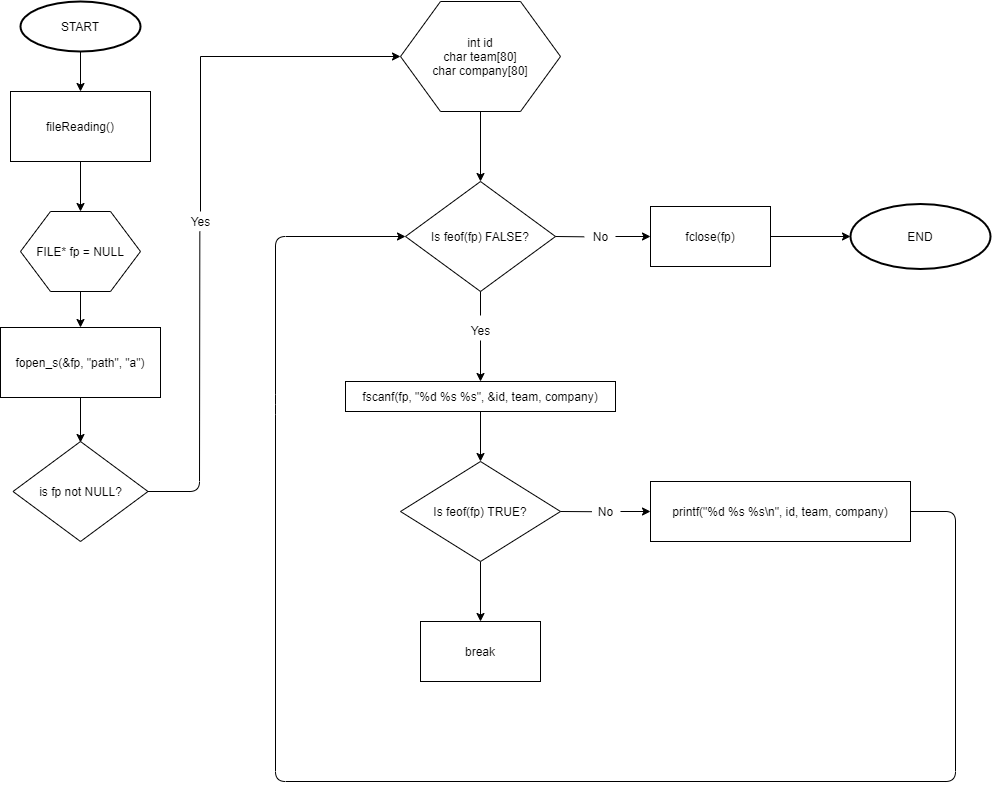
This is TeamProject_20200518/image/fileReading_Function.png from ksa-banana/C_Programming, a draw.io export, as it was before one commit. Source tidied: cells renumbered, new cells last; positions are measured from the earlier drawing's top-left corner, leaving out a move shared by most shapes. The source it was exported from:
```xml
<mxGraphModel>
  <root>
    <mxCell id="0" />
    <mxCell id="1" parent="0" />
    <mxCell id="2" style="edgeStyle=orthogonalEdgeStyle;rounded=0;jettySize=auto;html=1;entryX=0.5;entryY=0;entryDx=0;entryDy=0;" parent="1" edge="1" source="3">
      <mxGeometry relative="1" as="geometry">
        <mxPoint x="80" y="90" as="targetPoint" />
      </mxGeometry>
    </mxCell>
    <mxCell id="3" value="START" style="strokeWidth=2;html=1;shape=mxgraph.flowchart.start_1;whiteSpace=wrap;" parent="1" vertex="1">
      <mxGeometry x="20" width="120" height="50" as="geometry" />
    </mxCell>
    <mxCell id="4" style="edgeStyle=orthogonalEdgeStyle;rounded=0;jettySize=auto;html=1;" parent="1" edge="1" source="5">
      <mxGeometry relative="1" as="geometry">
        <mxPoint x="80" y="210" as="targetPoint" />
      </mxGeometry>
    </mxCell>
    <mxCell id="5" value="fileReading()" style="rounded=0;whiteSpace=wrap;html=1;" parent="1" vertex="1">
      <mxGeometry x="10" y="90" width="140" height="70" as="geometry" />
    </mxCell>
    <mxCell id="6" style="edgeStyle=orthogonalEdgeStyle;rounded=0;jettySize=auto;html=1;" parent="1" edge="1" target="8">
      <mxGeometry relative="1" as="geometry">
        <mxPoint x="80" y="280" as="sourcePoint" />
      </mxGeometry>
    </mxCell>
    <mxCell id="7" style="edgeStyle=orthogonalEdgeStyle;rounded=0;jettySize=auto;html=1;" parent="1" edge="1" source="8">
      <mxGeometry relative="1" as="geometry">
        <mxPoint x="80" y="441" as="targetPoint" />
      </mxGeometry>
    </mxCell>
    <mxCell id="8" value="fopen_s(&amp;amp;fp, &quot;path&quot;, &quot;a&quot;)" style="rounded=0;whiteSpace=wrap;html=1;" parent="1" vertex="1">
      <mxGeometry y="326" width="160" height="70" as="geometry" />
    </mxCell>
    <mxCell id="9" style="endArrow=none;html=1;entryX=0.5;entryY=1;entryDx=0;entryDy=0;exitX=0.484;exitY=-0.129;exitDx=0;exitDy=0;exitPerimeter=0;" parent="1" edge="1">
      <mxGeometry relative="1" as="geometry">
        <mxPoint x="79.5" y="537.4" as="sourcePoint" />
        <mxPoint x="80" y="511" as="targetPoint" />
      </mxGeometry>
    </mxCell>
    <mxCell id="10" value="&lt;span&gt;is fp not NULL?&lt;/span&gt;" style="rhombus;whiteSpace=wrap;html=1;" parent="1" vertex="1">
      <mxGeometry x="12.5" y="440" width="135" height="100" as="geometry" />
    </mxCell>
    <mxCell id="11" value="&lt;span&gt;FILE* fp = NULL&lt;/span&gt;" style="shape=hexagon;perimeter=hexagonPerimeter2;whiteSpace=wrap;html=1;" parent="1" vertex="1">
      <mxGeometry x="20" y="210" width="120" height="80" as="geometry" />
    </mxCell>
    <mxCell id="12" style="edgeStyle=orthogonalEdgeStyle;rounded=0;jettySize=auto;html=1;entryX=0.5;entryY=0;entryDx=0;entryDy=0;" parent="1" edge="1" source="13" target="16">
      <mxGeometry relative="1" as="geometry" />
    </mxCell>
    <mxCell id="13" value="int id&lt;br&gt;char team[80]&lt;br&gt;char company[80]" style="shape=hexagon;perimeter=hexagonPerimeter2;whiteSpace=wrap;html=1;" parent="1" vertex="1">
      <mxGeometry x="400" width="160" height="110" as="geometry" />
    </mxCell>
    <mxCell id="14" style="edgeStyle=orthogonalEdgeStyle;rounded=0;jettySize=auto;html=1;entryX=0;entryY=0.5;entryDx=0;entryDy=0;" parent="1" edge="1" source="15" target="13">
      <mxGeometry relative="1" as="geometry">
        <Array as="points">
          <mxPoint x="200" y="55" />
        </Array>
      </mxGeometry>
    </mxCell>
    <mxCell id="15" value="Yes" style="text;html=1;align=center;verticalAlign=middle;points=[];" parent="1" vertex="1">
      <mxGeometry x="185" y="210" width="30" height="20" as="geometry" />
    </mxCell>
    <mxCell id="16" value="Is feof(fp) FALSE?" style="rhombus;whiteSpace=wrap;html=1;" parent="1" vertex="1">
      <mxGeometry x="405" y="180" width="150" height="110" as="geometry" />
    </mxCell>
    <mxCell id="17" style="edgeStyle=orthogonalEdgeStyle;rounded=0;jettySize=auto;html=1;entryX=0.5;entryY=0;entryDx=0;entryDy=0;" parent="1" edge="1" source="18" target="20">
      <mxGeometry relative="1" as="geometry" />
    </mxCell>
    <mxCell id="18" value="Yes" style="text;html=1;align=center;verticalAlign=middle;points=[];" parent="1" vertex="1">
      <mxGeometry x="465" y="319" width="30" height="20" as="geometry" />
    </mxCell>
    <mxCell id="19" style="edgeStyle=orthogonalEdgeStyle;rounded=0;jettySize=auto;html=1;" parent="1" edge="1" source="20" target="23">
      <mxGeometry relative="1" as="geometry" />
    </mxCell>
    <mxCell id="20" value="fscanf(fp, &quot;%d %s %s&quot;, &amp;amp;id, team, company)" style="rounded=0;whiteSpace=wrap;html=1;" parent="1" vertex="1">
      <mxGeometry x="345" y="380" width="270" height="30" as="geometry" />
    </mxCell>
    <mxCell id="21" style="endArrow=none;html=1;entryX=0.5;entryY=1;entryDx=0;entryDy=0;" parent="1" edge="1" target="16">
      <mxGeometry relative="1" as="geometry">
        <mxPoint x="480" y="314" as="sourcePoint" />
      </mxGeometry>
    </mxCell>
    <mxCell id="22" style="edgeStyle=orthogonalEdgeStyle;rounded=0;jettySize=auto;html=1;" parent="1" edge="1" source="23" target="24">
      <mxGeometry relative="1" as="geometry" />
    </mxCell>
    <mxCell id="23" value="Is feof(fp) TRUE?" style="rhombus;whiteSpace=wrap;html=1;" parent="1" vertex="1">
      <mxGeometry x="400" y="460" width="160" height="100" as="geometry" />
    </mxCell>
    <mxCell id="24" value="break" style="rounded=0;whiteSpace=wrap;html=1;" parent="1" vertex="1">
      <mxGeometry x="420" y="620" width="120" height="60" as="geometry" />
    </mxCell>
    <mxCell id="25" value="printf(&quot;%d %s %s\n&quot;, id, team, company)" style="rounded=0;whiteSpace=wrap;html=1;" parent="1" vertex="1">
      <mxGeometry x="650" y="480" width="260" height="60" as="geometry" />
    </mxCell>
    <mxCell id="26" style="edgeStyle=orthogonalEdgeStyle;rounded=0;jettySize=auto;html=1;" parent="1" edge="1" source="27" target="25">
      <mxGeometry relative="1" as="geometry" />
    </mxCell>
    <mxCell id="27" value="No" style="text;html=1;align=center;verticalAlign=middle;points=[];" parent="1" vertex="1">
      <mxGeometry x="590" y="500" width="30" height="20" as="geometry" />
    </mxCell>
    <mxCell id="28" style="endArrow=none;html=1;exitX=1;exitY=0.5;exitDx=0;exitDy=0;entryX=0.046;entryY=0.51;entryDx=0;entryDy=0;entryPerimeter=0;" parent="1" edge="1" source="23" target="27">
      <mxGeometry relative="1" as="geometry" />
    </mxCell>
    <mxCell id="29" style="edgeStyle=orthogonalEdgeStyle;rounded=0;jettySize=auto;html=1;" parent="1" edge="1" source="30" target="34">
      <mxGeometry relative="1" as="geometry" />
    </mxCell>
    <mxCell id="30" value="fclose(fp)" style="rounded=0;whiteSpace=wrap;html=1;" parent="1" vertex="1">
      <mxGeometry x="650" y="205" width="120" height="60" as="geometry" />
    </mxCell>
    <mxCell id="31" style="edgeStyle=orthogonalEdgeStyle;rounded=0;jettySize=auto;html=1;" parent="1" edge="1" source="32" target="30">
      <mxGeometry relative="1" as="geometry" />
    </mxCell>
    <mxCell id="32" value="No" style="text;html=1;align=center;verticalAlign=middle;points=[];" parent="1" vertex="1">
      <mxGeometry x="585" y="225" width="30" height="20" as="geometry" />
    </mxCell>
    <mxCell id="33" style="endArrow=none;html=1;exitX=1;exitY=0.5;exitDx=0;exitDy=0;entryX=-0.043;entryY=0.516;entryDx=0;entryDy=0;entryPerimeter=0;" parent="1" edge="1" source="16" target="32">
      <mxGeometry relative="1" as="geometry" />
    </mxCell>
    <mxCell id="34" value="END" style="strokeWidth=2;html=1;shape=mxgraph.flowchart.start_1;whiteSpace=wrap;" parent="1" vertex="1">
      <mxGeometry x="850" y="202.5" width="140" height="65" as="geometry" />
    </mxCell>
    <mxCell id="35" style="endArrow=none;html=1;exitX=1;exitY=0.5;exitDx=0;exitDy=0;entryX=0.478;entryY=1;entryDx=0;entryDy=0;entryPerimeter=0;" parent="1" edge="1" source="10" target="15">
      <mxGeometry relative="1" as="geometry">
        <Array as="points">
          <mxPoint x="199" y="490" />
        </Array>
      </mxGeometry>
    </mxCell>
    <mxCell id="36" style="endArrow=classic;html=1;exitX=1;exitY=0.5;exitDx=0;exitDy=0;entryX=0;entryY=0.5;entryDx=0;entryDy=0;" parent="1" edge="1" source="25" target="16">
      <mxGeometry relative="1" as="geometry">
        <Array as="points">
          <mxPoint x="955" y="510" />
          <mxPoint x="955" y="780" />
          <mxPoint x="275" y="780" />
          <mxPoint x="275" y="403" />
          <mxPoint x="275" y="235" />
        </Array>
      </mxGeometry>
    </mxCell>
  </root>
</mxGraphModel>
```
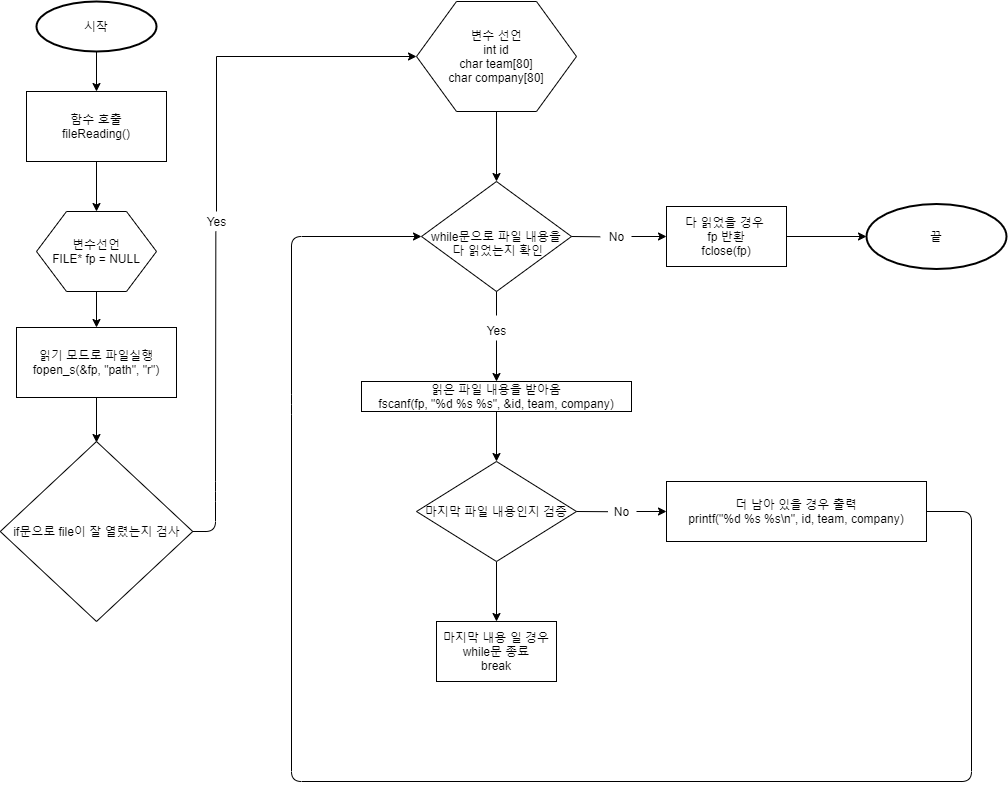
After the change.

Commit message:
Update Flow Chart fileReading, Writing 한글버전

The edit, as a diff of the source:
```diff
@@ -7,7 +7,7 @@
         <mxPoint x="80" y="90" as="targetPoint" />
       </mxGeometry>
     </mxCell>
-    <mxCell id="3" value="START" style="strokeWidth=2;html=1;shape=mxgraph.flowchart.start_1;whiteSpace=wrap;" parent="1" vertex="1">
+    <mxCell id="3" value="시작" style="strokeWidth=2;html=1;shape=mxgraph.flowchart.start_1;whiteSpace=wrap;" parent="1" vertex="1">
       <mxGeometry x="20" width="120" height="50" as="geometry" />
     </mxCell>
     <mxCell id="4" style="edgeStyle=orthogonalEdgeStyle;rounded=0;jettySize=auto;html=1;" parent="1" edge="1" source="5">
@@ -15,7 +15,7 @@
         <mxPoint x="80" y="210" as="targetPoint" />
       </mxGeometry>
     </mxCell>
-    <mxCell id="5" value="fileReading()" style="rounded=0;whiteSpace=wrap;html=1;" parent="1" vertex="1">
+    <mxCell id="5" value="함수 호출&lt;br&gt;fileReading()" style="rounded=0;whiteSpace=wrap;html=1;" parent="1" vertex="1">
       <mxGeometry x="10" y="90" width="140" height="70" as="geometry" />
     </mxCell>
     <mxCell id="6" style="edgeStyle=orthogonalEdgeStyle;rounded=0;jettySize=auto;html=1;" parent="1" edge="1" target="8">
@@ -28,7 +28,7 @@
         <mxPoint x="80" y="441" as="targetPoint" />
       </mxGeometry>
     </mxCell>
-    <mxCell id="8" value="fopen_s(&amp;amp;fp, &quot;path&quot;, &quot;a&quot;)" style="rounded=0;whiteSpace=wrap;html=1;" parent="1" vertex="1">
+    <mxCell id="8" value="읽기 모드로 파일실행&lt;br&gt;fopen_s(&amp;amp;fp, &quot;path&quot;, &quot;r&quot;)" style="rounded=0;whiteSpace=wrap;html=1;" parent="1" vertex="1">
       <mxGeometry y="326" width="160" height="70" as="geometry" />
     </mxCell>
     <mxCell id="9" style="endArrow=none;html=1;entryX=0.5;entryY=1;entryDx=0;entryDy=0;exitX=0.484;exitY=-0.129;exitDx=0;exitDy=0;exitPerimeter=0;" parent="1" edge="1">
@@ -37,16 +37,16 @@
         <mxPoint x="80" y="511" as="targetPoint" />
       </mxGeometry>
     </mxCell>
-    <mxCell id="10" value="&lt;span&gt;is fp not NULL?&lt;/span&gt;" style="rhombus;whiteSpace=wrap;html=1;" parent="1" vertex="1">
-      <mxGeometry x="12.5" y="440" width="135" height="100" as="geometry" />
+    <mxCell id="10" value="if문으로 file이 잘 열렸는지 검사" style="rhombus;whiteSpace=wrap;html=1;" parent="1" vertex="1">
+      <mxGeometry x="-16.2" y="440" width="192.5" height="180" as="geometry" />
     </mxCell>
-    <mxCell id="11" value="&lt;span&gt;FILE* fp = NULL&lt;/span&gt;" style="shape=hexagon;perimeter=hexagonPerimeter2;whiteSpace=wrap;html=1;" parent="1" vertex="1">
+    <mxCell id="11" value="&lt;span&gt;변수선언&lt;br&gt;FILE* fp = NULL&lt;/span&gt;" style="shape=hexagon;perimeter=hexagonPerimeter2;whiteSpace=wrap;html=1;" parent="1" vertex="1">
       <mxGeometry x="20" y="210" width="120" height="80" as="geometry" />
     </mxCell>
     <mxCell id="12" style="edgeStyle=orthogonalEdgeStyle;rounded=0;jettySize=auto;html=1;entryX=0.5;entryY=0;entryDx=0;entryDy=0;" parent="1" edge="1" source="13" target="16">
       <mxGeometry relative="1" as="geometry" />
     </mxCell>
-    <mxCell id="13" value="int id&lt;br&gt;char team[80]&lt;br&gt;char company[80]" style="shape=hexagon;perimeter=hexagonPerimeter2;whiteSpace=wrap;html=1;" parent="1" vertex="1">
+    <mxCell id="13" value="변수 선언&lt;br&gt;int id&lt;br&gt;char team[80]&lt;br&gt;char company[80]" style="shape=hexagon;perimeter=hexagonPerimeter2;whiteSpace=wrap;html=1;" parent="1" vertex="1">
       <mxGeometry x="400" width="160" height="110" as="geometry" />
     </mxCell>
     <mxCell id="14" style="edgeStyle=orthogonalEdgeStyle;rounded=0;jettySize=auto;html=1;entryX=0;entryY=0.5;entryDx=0;entryDy=0;" parent="1" edge="1" source="15" target="13">
@@ -59,7 +59,7 @@
     <mxCell id="15" value="Yes" style="text;html=1;align=center;verticalAlign=middle;points=[];" parent="1" vertex="1">
       <mxGeometry x="185" y="210" width="30" height="20" as="geometry" />
     </mxCell>
-    <mxCell id="16" value="Is feof(fp) FALSE?" style="rhombus;whiteSpace=wrap;html=1;" parent="1" vertex="1">
+    <mxCell id="16" value="&lt;br&gt;while문으로 파일 내용을&lt;br&gt;&amp;nbsp;다 읽었는지 확인" style="rhombus;whiteSpace=wrap;html=1;" parent="1" vertex="1">
       <mxGeometry x="405" y="180" width="150" height="110" as="geometry" />
     </mxCell>
     <mxCell id="17" style="edgeStyle=orthogonalEdgeStyle;rounded=0;jettySize=auto;html=1;entryX=0.5;entryY=0;entryDx=0;entryDy=0;" parent="1" edge="1" source="18" target="20">
@@ -71,7 +71,7 @@
     <mxCell id="19" style="edgeStyle=orthogonalEdgeStyle;rounded=0;jettySize=auto;html=1;" parent="1" edge="1" source="20" target="23">
       <mxGeometry relative="1" as="geometry" />
     </mxCell>
-    <mxCell id="20" value="fscanf(fp, &quot;%d %s %s&quot;, &amp;amp;id, team, company)" style="rounded=0;whiteSpace=wrap;html=1;" parent="1" vertex="1">
+    <mxCell id="20" value="읽은 파일 내용을 받아옴&lt;br&gt;fscanf(fp, &quot;%d %s %s&quot;, &amp;amp;id, team, company)" style="rounded=0;whiteSpace=wrap;html=1;" parent="1" vertex="1">
       <mxGeometry x="345" y="380" width="270" height="30" as="geometry" />
     </mxCell>
     <mxCell id="21" style="endArrow=none;html=1;entryX=0.5;entryY=1;entryDx=0;entryDy=0;" parent="1" edge="1" target="16">
@@ -82,13 +82,13 @@
     <mxCell id="22" style="edgeStyle=orthogonalEdgeStyle;rounded=0;jettySize=auto;html=1;" parent="1" edge="1" source="23" target="24">
       <mxGeometry relative="1" as="geometry" />
     </mxCell>
-    <mxCell id="23" value="Is feof(fp) TRUE?" style="rhombus;whiteSpace=wrap;html=1;" parent="1" vertex="1">
+    <mxCell id="23" value="마지막 파일 내용인지 검증" style="rhombus;whiteSpace=wrap;html=1;" parent="1" vertex="1">
       <mxGeometry x="400" y="460" width="160" height="100" as="geometry" />
     </mxCell>
-    <mxCell id="24" value="break" style="rounded=0;whiteSpace=wrap;html=1;" parent="1" vertex="1">
+    <mxCell id="24" value="마지막 내용 일 경우 while문 종료&lt;br&gt;break" style="rounded=0;whiteSpace=wrap;html=1;" parent="1" vertex="1">
       <mxGeometry x="420" y="620" width="120" height="60" as="geometry" />
     </mxCell>
-    <mxCell id="25" value="printf(&quot;%d %s %s\n&quot;, id, team, company)" style="rounded=0;whiteSpace=wrap;html=1;" parent="1" vertex="1">
+    <mxCell id="25" value="더 남아 있을 경우 출력&lt;br&gt;printf(&quot;%d %s %s\n&quot;, id, team, company)" style="rounded=0;whiteSpace=wrap;html=1;" parent="1" vertex="1">
       <mxGeometry x="650" y="480" width="260" height="60" as="geometry" />
     </mxCell>
     <mxCell id="26" style="edgeStyle=orthogonalEdgeStyle;rounded=0;jettySize=auto;html=1;" parent="1" edge="1" source="27" target="25">
@@ -103,7 +103,7 @@
     <mxCell id="29" style="edgeStyle=orthogonalEdgeStyle;rounded=0;jettySize=auto;html=1;" parent="1" edge="1" source="30" target="34">
       <mxGeometry relative="1" as="geometry" />
     </mxCell>
-    <mxCell id="30" value="fclose(fp)" style="rounded=0;whiteSpace=wrap;html=1;" parent="1" vertex="1">
+    <mxCell id="30" value="다 읽었을 경우 &lt;br&gt;fp 반환&lt;br&gt;fclose(fp)" style="rounded=0;whiteSpace=wrap;html=1;" parent="1" vertex="1">
       <mxGeometry x="650" y="205" width="120" height="60" as="geometry" />
     </mxCell>
     <mxCell id="31" style="edgeStyle=orthogonalEdgeStyle;rounded=0;jettySize=auto;html=1;" parent="1" edge="1" source="32" target="30">
@@ -115,12 +115,13 @@
     <mxCell id="33" style="endArrow=none;html=1;exitX=1;exitY=0.5;exitDx=0;exitDy=0;entryX=-0.043;entryY=0.516;entryDx=0;entryDy=0;entryPerimeter=0;" parent="1" edge="1" source="16" target="32">
       <mxGeometry relative="1" as="geometry" />
     </mxCell>
-    <mxCell id="34" value="END" style="strokeWidth=2;html=1;shape=mxgraph.flowchart.start_1;whiteSpace=wrap;" parent="1" vertex="1">
+    <mxCell id="34" value="끝" style="strokeWidth=2;html=1;shape=mxgraph.flowchart.start_1;whiteSpace=wrap;" parent="1" vertex="1">
       <mxGeometry x="850" y="202.5" width="140" height="65" as="geometry" />
     </mxCell>
     <mxCell id="35" style="endArrow=none;html=1;exitX=1;exitY=0.5;exitDx=0;exitDy=0;entryX=0.478;entryY=1;entryDx=0;entryDy=0;entryPerimeter=0;" parent="1" edge="1" source="10" target="15">
       <mxGeometry relative="1" as="geometry">
         <Array as="points">
+          <mxPoint x="199" y="530" />
           <mxPoint x="199" y="490" />
         </Array>
       </mxGeometry>
```
